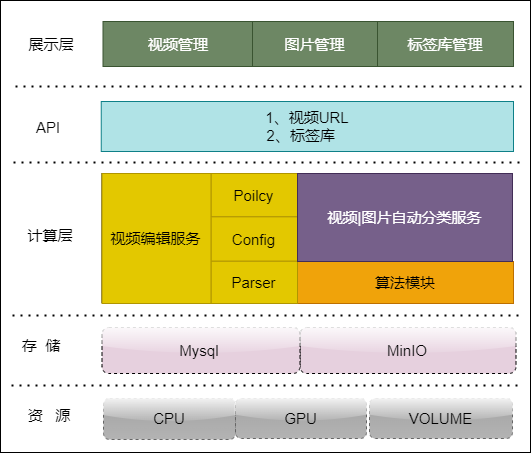
Above: 未命名绘图.png in imtiqq/draw (draw.io), before the change. Source tidied: cells renumbered, new cells last; positions are measured from the earlier drawing's top-left corner, leaving out a move shared by most shapes.
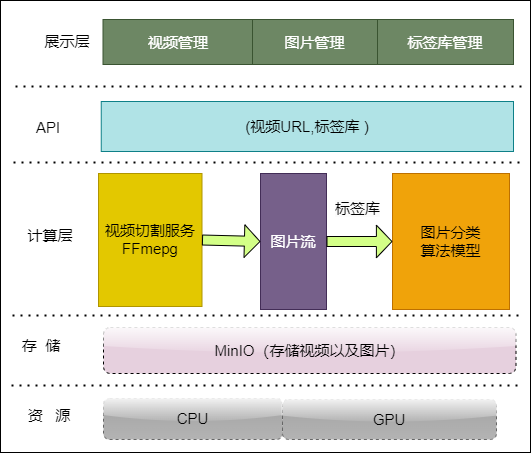
After the commit.

Commit message:
更新未命名绘图.png

Diff of the diagram source:
```diff
@@ -6,43 +6,22 @@
       <mxGeometry width="530" height="452" as="geometry" />
     </mxCell>
     <mxCell id="3" value="视频管理" style="rounded=0;whiteSpace=wrap;html=1;fillColor=#6d8764;fontColor=#ffffff;strokeColor=#3A5431;fontSize=15;" parent="1" vertex="1">
-      <mxGeometry x="102.5" y="21" width="149.5" height="45" as="geometry" />
+      <mxGeometry x="102.5" y="19" width="149.5" height="45" as="geometry" />
     </mxCell>
-    <mxCell id="4" value="MinIO" style="rounded=1;whiteSpace=wrap;html=1;shadow=0;glass=1;dashed=1;strokeWidth=1;fillColor=#E6D0DE;fontSize=15;" parent="1" vertex="1">
-      <mxGeometry x="299.5" y="327" width="216" height="46" as="geometry" />
+    <mxCell id="4" value="MinIO（存储视频以及图片）" style="rounded=1;whiteSpace=wrap;html=1;shadow=0;glass=1;dashed=1;strokeWidth=1;fillColor=#E6D0DE;fontSize=15;" parent="1" vertex="1">
+      <mxGeometry x="103" y="327" width="412.5" height="46" as="geometry" />
     </mxCell>
     <mxCell id="5" value="图片管理" style="rounded=0;whiteSpace=wrap;html=1;fillColor=#6d8764;fontColor=#ffffff;strokeColor=#3A5431;fontSize=15;" parent="1" vertex="1">
-      <mxGeometry x="252" y="21" width="125" height="45" as="geometry" />
+      <mxGeometry x="252" y="19" width="125" height="45" as="geometry" />
     </mxCell>
-    <mxCell id="6" value="算法模块" style="rounded=0;whiteSpace=wrap;html=1;fillColor=#f0a30a;fontColor=#000000;strokeColor=#BD7000;fontSize=15;" parent="1" vertex="1">
-      <mxGeometry x="297" y="261" width="216" height="42" as="geometry" />
+    <mxCell id="6" value="图片分类&lt;br&gt;算法模型" style="rounded=0;whiteSpace=wrap;html=1;fillColor=#f0a30a;fontColor=#000000;strokeColor=#BD7000;fontSize=15;" parent="1" vertex="1">
+      <mxGeometry x="392" y="173" width="117" height="136" as="geometry" />
     </mxCell>
-    <mxCell id="7" value="Mysql&amp;nbsp;" style="rounded=1;whiteSpace=wrap;html=1;shadow=0;glass=1;dashed=1;strokeWidth=1;fillColor=#E6D0DE;fontSize=15;" parent="1" vertex="1">
-      <mxGeometry x="101.5" y="327" width="198" height="46" as="geometry" />
-    </mxCell>
-    <mxCell id="8" style="group;fontSize=15;" parent="1" vertex="1">
-      <mxGeometry x="101.5" y="173" width="410" height="130" as="geometry" />
-    </mxCell>
-    <mxCell id="9" style="rounded=0;whiteSpace=wrap;html=1;fontSize=15;" parent="8" vertex="1">
-      <mxGeometry width="195.5" height="128.9" as="geometry" />
-    </mxCell>
-    <mxCell id="10" value="Poilcy" style="rounded=0;whiteSpace=wrap;html=1;fillColor=#e3c800;fontColor=#000000;strokeColor=#B09500;fontSize=15;" parent="8" vertex="1">
-      <mxGeometry x="109" width="86.5" height="43.3" as="geometry" />
-    </mxCell>
-    <mxCell id="11" value="Config" style="rounded=0;whiteSpace=wrap;html=1;fillColor=#e3c800;fontColor=#000000;strokeColor=#B09500;fontSize=15;" parent="8" vertex="1">
-      <mxGeometry x="109" y="43.3" width="86.5" height="44.4" as="geometry" />
-    </mxCell>
-    <mxCell id="12" value="Parser" style="rounded=0;whiteSpace=wrap;html=1;fillColor=#e3c800;fontColor=#000000;strokeColor=#B09500;fontSize=15;" parent="8" vertex="1">
-      <mxGeometry x="109" y="87.8" width="86.5" height="42.2" as="geometry" />
-    </mxCell>
-    <mxCell id="13" value="视频编辑服务" style="rounded=0;whiteSpace=wrap;html=1;fillColor=#e3c800;fontColor=#000000;strokeColor=#B09500;fontSize=15;" parent="8" vertex="1">
-      <mxGeometry width="109" height="130" as="geometry" />
-    </mxCell>
     <mxCell id="14" value="标签库管理" style="rounded=0;whiteSpace=wrap;html=1;fillColor=#6d8764;fontColor=#ffffff;strokeColor=#3A5431;fontSize=15;" parent="1" vertex="1">
-      <mxGeometry x="377" y="21" width="136" height="45" as="geometry" />
+      <mxGeometry x="377" y="19" width="136" height="45" as="geometry" />
     </mxCell>
-    <mxCell id="15" value="视频|图片自动分类服务" style="rounded=0;whiteSpace=wrap;html=1;fillColor=#76608a;fontColor=#ffffff;strokeColor=#432D57;fontSize=15;" parent="1" vertex="1">
-      <mxGeometry x="297" y="173" width="215" height="88" as="geometry" />
+    <mxCell id="15" value="图片流" style="rounded=0;whiteSpace=wrap;html=1;fillColor=#76608a;fontColor=#ffffff;strokeColor=#432D57;fontSize=15;" parent="1" vertex="1">
+      <mxGeometry x="260" y="173" width="66" height="136" as="geometry" />
     </mxCell>
     <mxCell id="16" style="endArrow=none;dashed=1;html=1;dashPattern=1 3;strokeWidth=2;rounded=0;fontSize=15;" parent="1" edge="1">
       <mxGeometry relative="1" as="geometry">
@@ -63,7 +42,7 @@
       <mxGeometry x="20" y="220" width="60" height="30" as="geometry" />
     </mxCell>
     <mxCell id="20" value="展示层" style="text;html=1;strokeColor=none;fillColor=none;align=center;verticalAlign=middle;whiteSpace=wrap;rounded=0;fontSize=15;" parent="1" vertex="1">
-      <mxGeometry x="21" y="28.5" width="60" height="30" as="geometry" />
+      <mxGeometry x="37" y="19" width="60" height="44" as="geometry" />
     </mxCell>
     <mxCell id="21" style="endArrow=none;dashed=1;html=1;dashPattern=1 3;strokeWidth=2;rounded=0;fontSize=15;" parent="1" edge="1">
       <mxGeometry relative="1" as="geometry">
@@ -75,14 +54,11 @@
       <mxGeometry x="19" y="400" width="60" height="30" as="geometry" />
     </mxCell>
     <mxCell id="23" value="CPU" style="rounded=1;whiteSpace=wrap;html=1;shadow=0;glass=1;dashed=1;strokeWidth=1;fillColor=#A3A3A3;gradientColor=#b3b3b3;strokeColor=#666666;fontSize=15;" parent="1" vertex="1">
-      <mxGeometry x="103" y="398" width="132" height="41" as="geometry" />
+      <mxGeometry x="103" y="398" width="179" height="41" as="geometry" />
     </mxCell>
     <mxCell id="24" value="GPU" style="rounded=1;whiteSpace=wrap;html=1;shadow=0;glass=1;dashed=1;strokeWidth=1;fillColor=#A3A3A3;gradientColor=#b3b3b3;strokeColor=#666666;fontSize=15;" parent="1" vertex="1">
-      <mxGeometry x="235" y="398" width="131" height="40" as="geometry" />
+      <mxGeometry x="282" y="399" width="214" height="40" as="geometry" />
     </mxCell>
-    <mxCell id="25" value="VOLUME" style="rounded=1;whiteSpace=wrap;html=1;shadow=0;glass=1;dashed=1;strokeWidth=1;fillColor=#A3A3A3;gradientColor=#b3b3b3;strokeColor=#666666;fontSize=15;" parent="1" vertex="1">
-      <mxGeometry x="369" y="398" width="143" height="40" as="geometry" />
-    </mxCell>
     <mxCell id="26" style="endArrow=none;dashed=1;html=1;dashPattern=1 3;strokeWidth=2;rounded=0;fontSize=15;" parent="1" edge="1">
       <mxGeometry relative="1" as="geometry">
         <mxPoint x="15" y="86.1" as="sourcePoint" />
@@ -92,8 +68,20 @@
     <mxCell id="27" value="API" style="text;html=1;strokeColor=none;fillColor=none;align=center;verticalAlign=middle;whiteSpace=wrap;rounded=0;fontSize=15;" parent="1" vertex="1">
       <mxGeometry x="18" y="112" width="60" height="30" as="geometry" />
     </mxCell>
-    <mxCell id="28" value="1、视频URL&lt;br style=&quot;font-size: 15px;&quot;&gt;2、标签库&amp;nbsp; &amp;nbsp;" style="rounded=0;whiteSpace=wrap;html=1;fillColor=#b0e3e6;strokeColor=#0e8088;fontSize=15;" parent="1" vertex="1">
+    <mxCell id="28" value="(视频URL,标签库 )" style="rounded=0;whiteSpace=wrap;html=1;fillColor=#b0e3e6;strokeColor=#0e8088;fontSize=15;" parent="1" vertex="1">
       <mxGeometry x="100.8" y="101" width="412.2" height="50" as="geometry" />
     </mxCell>
+    <mxCell id="13" value="视频切割服务&lt;br&gt;FFmepg" style="rounded=0;whiteSpace=wrap;html=1;fillColor=#e3c800;fontColor=#000000;strokeColor=#B09500;fontSize=15;" parent="1" vertex="1">
+      <mxGeometry x="98" y="173" width="103.5" height="133" as="geometry" />
+    </mxCell>
+    <mxCell id="29" style="shape=flexArrow;endArrow=classic;html=1;rounded=0;endWidth=21.666666666666668;endSize=4.866666666666667;fillColor=#D3FF87;entryX=0;entryY=0.5;entryDx=0;entryDy=0;exitX=1;exitY=0.5;exitDx=0;exitDy=0;" parent="1" edge="1" source="13" target="15">
+      <mxGeometry relative="1" as="geometry" />
+    </mxCell>
+    <mxCell id="30" style="shape=flexArrow;endArrow=classic;html=1;rounded=0;endWidth=21.666666666666668;endSize=4.866666666666667;fillColor=#D3FF87;entryX=0;entryY=0.5;entryDx=0;entryDy=0;exitX=1;exitY=0.5;exitDx=0;exitDy=0;" parent="1" edge="1" source="15" target="6">
+      <mxGeometry relative="1" as="geometry" />
+    </mxCell>
+    <mxCell id="31" value="&lt;span style=&quot;color: rgb(0, 0, 0); font-family: Helvetica; font-size: 15px; font-style: normal; font-variant-ligatures: normal; font-variant-caps: normal; font-weight: 400; letter-spacing: normal; orphans: 2; text-align: center; text-indent: 0px; text-transform: none; widows: 2; word-spacing: 0px; -webkit-text-stroke-width: 0px; background-color: rgb(251, 251, 251); text-decoration-thickness: initial; text-decoration-style: initial; text-decoration-color: initial; float: none; display: inline !important;&quot;&gt;标签库&lt;/span&gt;" style="text;whiteSpace=wrap;html=1;" parent="1" vertex="1">
+      <mxGeometry x="333" y="193" width="54" height="34" as="geometry" />
+    </mxCell>
   </root>
 </mxGraphModel>
```
